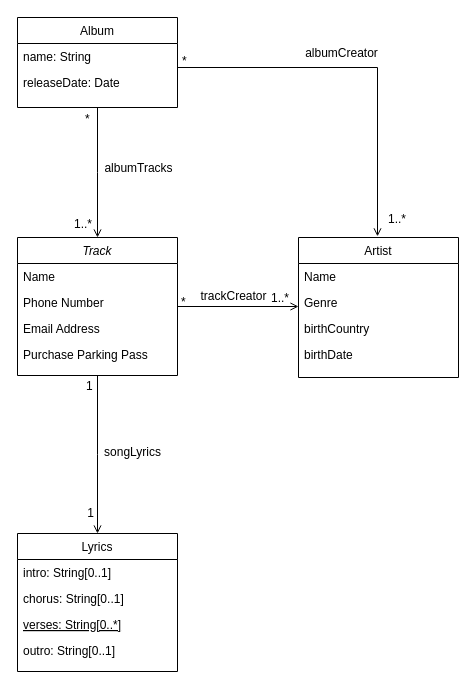
Before: Untitled Diagram.drawio in gwealm/VerseVault, a draw.io diagram. Source tidied: cells renumbered, new cells numbered last; positions are measured from the earlier drawing's top-left corner, leaving out a move shared by most shapes. Both pictures are drawn from the tidied source at 100%, with x=0, y=0 at pixel (17, 17).
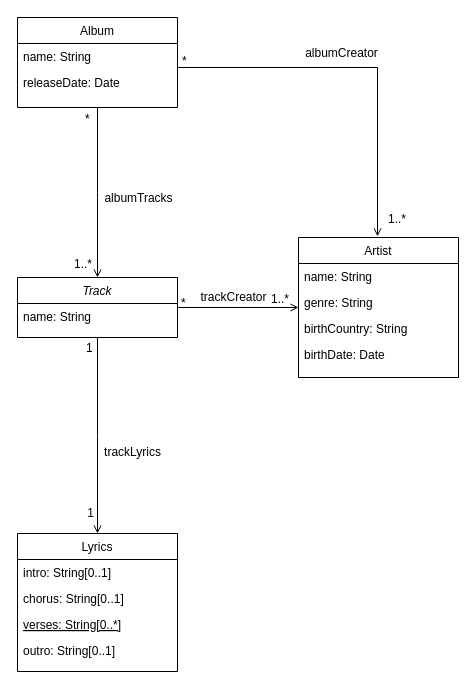
Above is the later version.

The change refers to these unchanged cells:
```xml
<mxCell id="15" value="Artist" style="swimlane;fontStyle=0;align=center;verticalAlign=top;horizontal=1;startSize=26;rounded=0;shadow=0;strokeWidth=1;" parent="1" vertex="1">
  <mxGeometry x="281" y="220" width="160" height="140" as="geometry" />
</mxCell>
```

Diff of the diagram source:
```diff
@@
     <mxCell id="2" value="Track" style="swimlane;fontStyle=2;align=center;verticalAlign=top;horizontal=1;startSize=26;rounded=0;shadow=0;strokeWidth=1;" parent="1" vertex="1">
-      <mxGeometry y="220" width="160" height="138" as="geometry" />
+      <mxGeometry y="260" width="160" height="60" as="geometry" />
     </mxCell>
-    <mxCell id="3" value="Name" style="text;align=left;verticalAlign=top;spacingLeft=4;spacingRight=4;overflow=hidden;" parent="2" vertex="1">
+    <mxCell id="3" value="name: String" style="text;align=left;verticalAlign=top;spacingLeft=4;spacingRight=4;overflow=hidden;" parent="2" vertex="1">
       <mxGeometry y="26" width="160" height="26" as="geometry" />
     </mxCell>
-    <mxCell id="4" value="Phone Number" style="text;align=left;verticalAlign=top;spacingLeft=4;spacingRight=4;overflow=hidden;rounded=0;shadow=0;html=0;" parent="2" vertex="1">
-      <mxGeometry y="52" width="160" height="26" as="geometry" />
-    </mxCell>
-    <mxCell id="5" value="Email Address" style="text;align=left;verticalAlign=top;spacingLeft=4;spacingRight=4;overflow=hidden;rounded=0;shadow=0;html=0;" parent="2" vertex="1">
-      <mxGeometry y="78" width="160" height="26" as="geometry" />
-    </mxCell>
-    <mxCell id="6" value="Purchase Parking Pass" style="text;align=left;verticalAlign=top;spacingLeft=4;spacingRight=4;overflow=hidden;" parent="2" vertex="1">
-      <mxGeometry y="104" width="160" height="26" as="geometry" />
-    </mxCell>
@@
-    <mxCell id="16" value="Name" style="text;align=left;verticalAlign=top;spacingLeft=4;spacingRight=4;overflow=hidden;" parent="15" vertex="1">
+    <mxCell id="16" value="name: String" style="text;align=left;verticalAlign=top;spacingLeft=4;spacingRight=4;overflow=hidden;" parent="15" vertex="1">
       <mxGeometry y="26" width="160" height="26" as="geometry" />
     </mxCell>
-    <mxCell id="17" value="Genre" style="text;align=left;verticalAlign=top;spacingLeft=4;spacingRight=4;overflow=hidden;rounded=0;shadow=0;html=0;" parent="15" vertex="1">
+    <mxCell id="17" value="genre: String" style="text;align=left;verticalAlign=top;spacingLeft=4;spacingRight=4;overflow=hidden;rounded=0;shadow=0;html=0;" parent="15" vertex="1">
       <mxGeometry y="52" width="160" height="26" as="geometry" />
     </mxCell>
-    <mxCell id="18" value="birthCountry" style="text;align=left;verticalAlign=top;spacingLeft=4;spacingRight=4;overflow=hidden;rounded=0;shadow=0;html=0;" parent="15" vertex="1">
+    <mxCell id="18" value="birthCountry: String" style="text;align=left;verticalAlign=top;spacingLeft=4;spacingRight=4;overflow=hidden;rounded=0;shadow=0;html=0;" parent="15" vertex="1">
       <mxGeometry y="78" width="160" height="26" as="geometry" />
     </mxCell>
-    <mxCell id="19" value="birthDate" style="text;align=left;verticalAlign=top;spacingLeft=4;spacingRight=4;overflow=hidden;" parent="15" vertex="1">
+    <mxCell id="19" value="birthDate: Date" style="text;align=left;verticalAlign=top;spacingLeft=4;spacingRight=4;overflow=hidden;" parent="15" vertex="1">
       <mxGeometry y="104" width="160" height="26" as="geometry" />
     </mxCell>
@@
-    <mxCell id="27" value="songLyrics" style="text;html=1;align=center;verticalAlign=middle;labelBackgroundColor=none;rounded=0;shadow=0;strokeWidth=1;fontSize=12;" parent="1" vertex="1">
+    <mxCell id="27" value="trackLyrics" style="text;html=1;align=center;verticalAlign=middle;labelBackgroundColor=none;rounded=0;shadow=0;strokeWidth=1;fontSize=12;" parent="1" vertex="1">
       <mxGeometry x="101" y="420" as="geometry">
         <mxPoint x="13" y="14" as="offset" />
       </mxGeometry>
     </mxCell>
```
